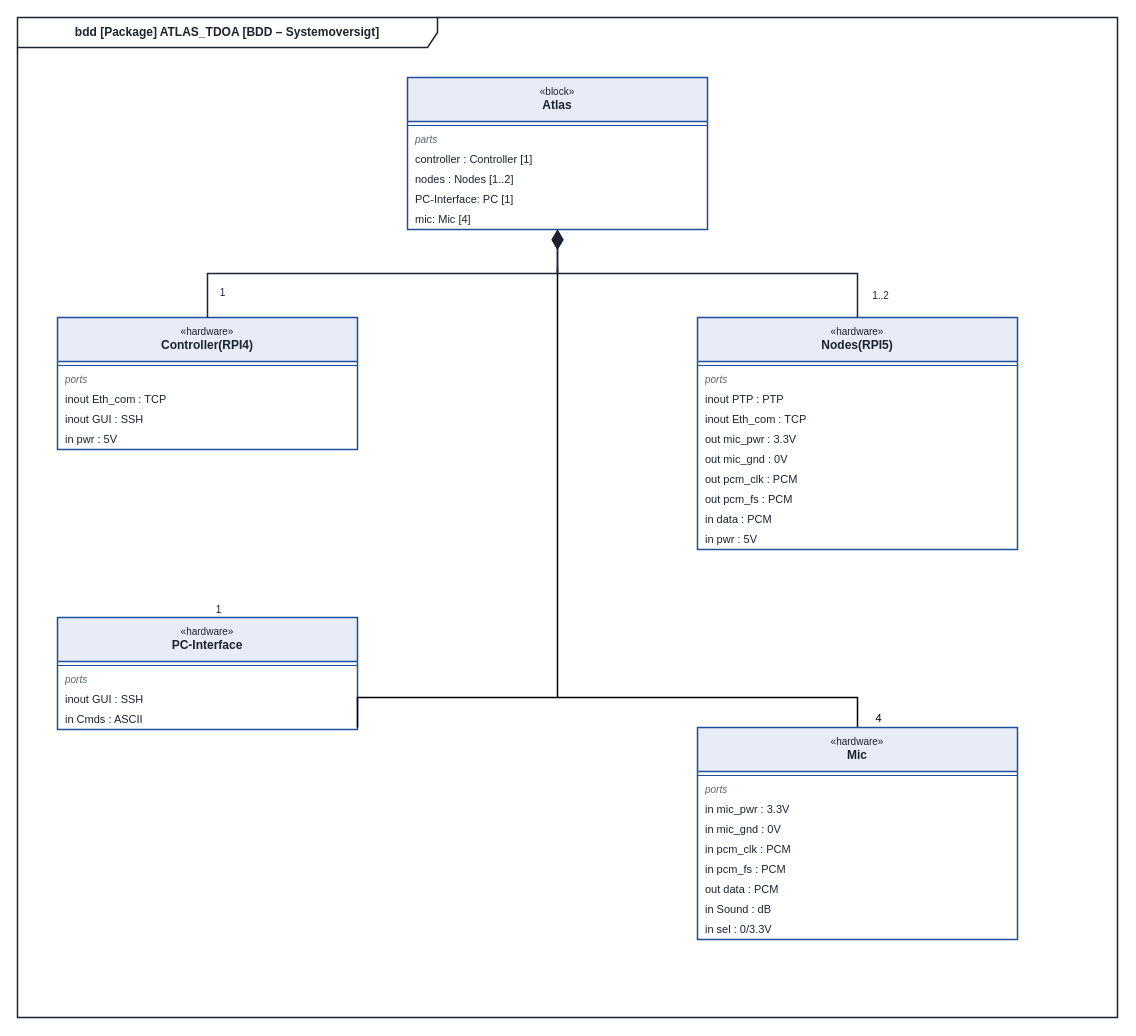
ViktorFoerrisdahl/SW3PRJ3_5 keeps this draw.io diagram as page "BDD-ATLAS" (1 of 2) of docs/construction/BDD-ATLAS.drawio. Above is the earlier version. Source tidied: cells renumbered, new cells numbered last; positions are measured from the earlier drawing's top-left corner, leaving out a move shared by most shapes. Both pictures are drawn from the tidied source at 100%, with x=0, y=0 at pixel (17, 17).
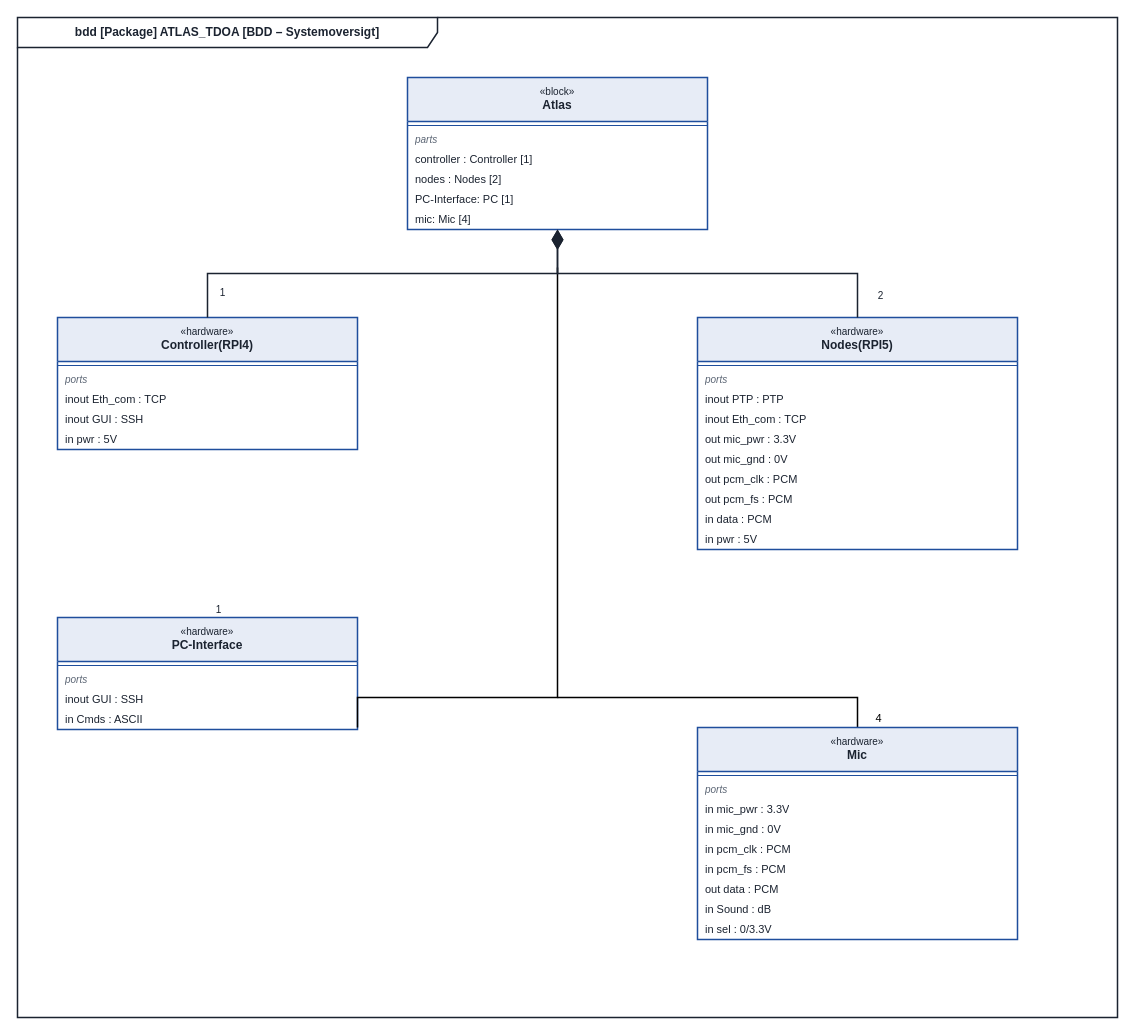
The same diagram, later.

Unchanged cells that the change refers to:
```xml
<mxCell id="3" value="&lt;font style=&quot;font-size:10px&quot;&gt;«block»&lt;/font&gt;&lt;br&gt;&lt;b&gt;Atlas&lt;/b&gt;" style="swimlane;fontStyle=0;align=center;verticalAlign=top;horizontal=1;startSize=44;html=1;whiteSpace=wrap;fontSize=12;fontColor=#1b2330;fillColor=#e7ecf6;strokeColor=#1f4e9c;swimlaneFillColor=#ffffff;strokeWidth=1.5;" parent="1" vertex="1">
  <mxGeometry x="390" y="60" width="300" height="152" as="geometry" />
</mxCell>
<mxCell id="48" style="endArrow=none;startArrow=diamondThin;startFill=1;startSize=16;html=1;edgeStyle=orthogonalEdgeStyle;rounded=0;strokeColor=#1b2330;strokeWidth=1.5;exitX=0.5;exitY=1;entryX=0.5;entryY=0;" parent="1" edge="1" source="3" target="16">
  <mxGeometry relative="1" as="geometry" />
</mxCell>
```

Change to the diagram source:
```diff
@@
-    <mxCell id="7" value="nodes : Nodes [1..2]" style="text;strokeColor=none;fillColor=none;align=left;verticalAlign=middle;spacingLeft=6;spacingRight=4;overflow=hidden;whiteSpace=wrap;html=1;fontSize=11;fontColor=#1b2330;" parent="3" vertex="1">
+    <mxCell id="7" value="nodes : Nodes [2]" style="text;strokeColor=none;fillColor=none;align=left;verticalAlign=middle;spacingLeft=6;spacingRight=4;overflow=hidden;whiteSpace=wrap;html=1;fontSize=11;fontColor=#1b2330;" parent="3" vertex="1">
       <mxGeometry y="92" width="300" height="20" as="geometry" />
     </mxCell>
@@
-    <mxCell id="49" value="1..2" style="edgeLabel;html=1;align=center;verticalAlign=middle;fontSize=10;fontColor=#1b2330;labelBackgroundColor=none;" parent="48" vertex="1">
+    <mxCell id="49" value="2" style="edgeLabel;html=1;align=center;verticalAlign=middle;fontSize=10;fontColor=#1b2330;labelBackgroundColor=none;" parent="48" vertex="1">
       <mxGeometry x="0.88" relative="1" as="geometry">
         <mxPoint x="22" as="offset" />
       </mxGeometry>
     </mxCell>
```
